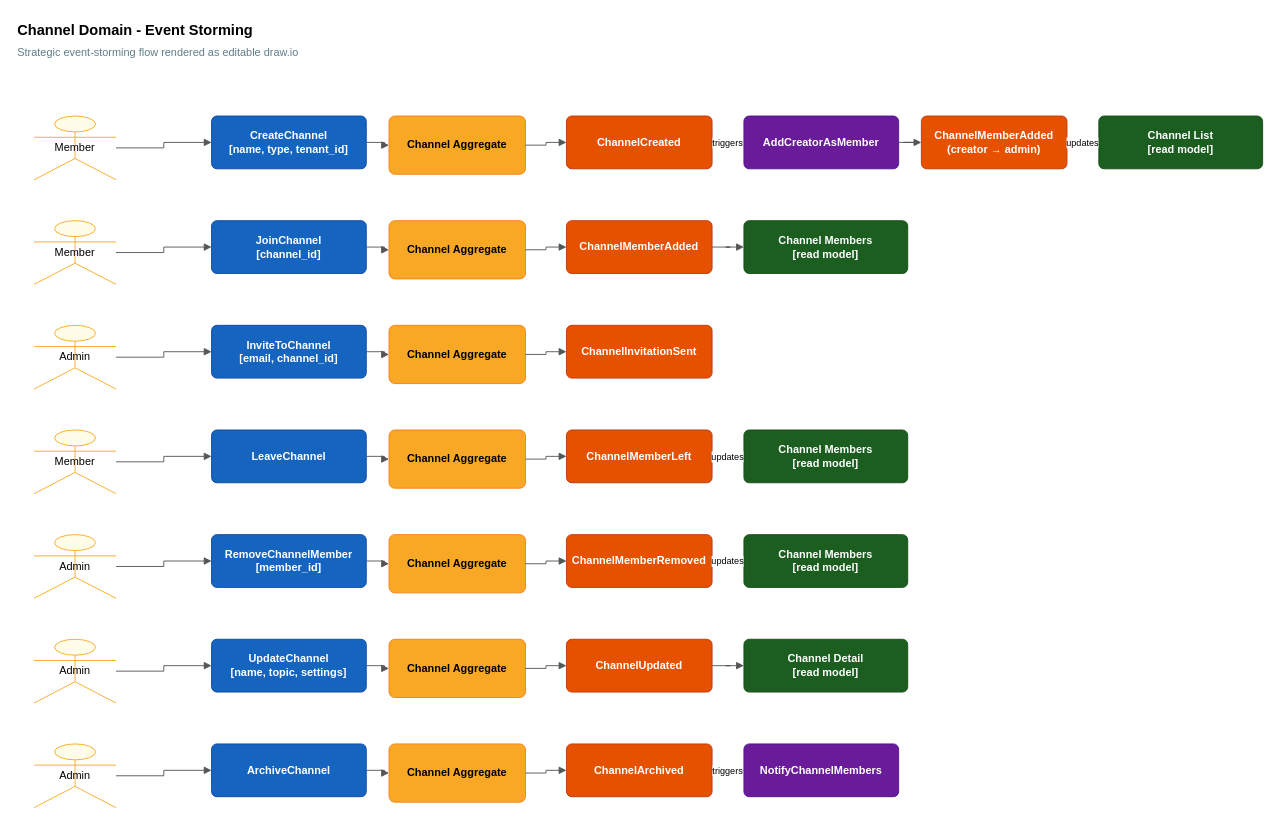
NFMU/app-design keeps this draw.io diagram as docs/strategic/event_storming/04_channel_es.drawio. Above is the earlier version. Source tidied: cells renumbered, new cells numbered last; positions are measured from the earlier drawing's top-left corner, leaving out a move shared by most shapes. Both pictures are drawn from the tidied source at 91%, with x=0, y=0 at pixel (15, 15).
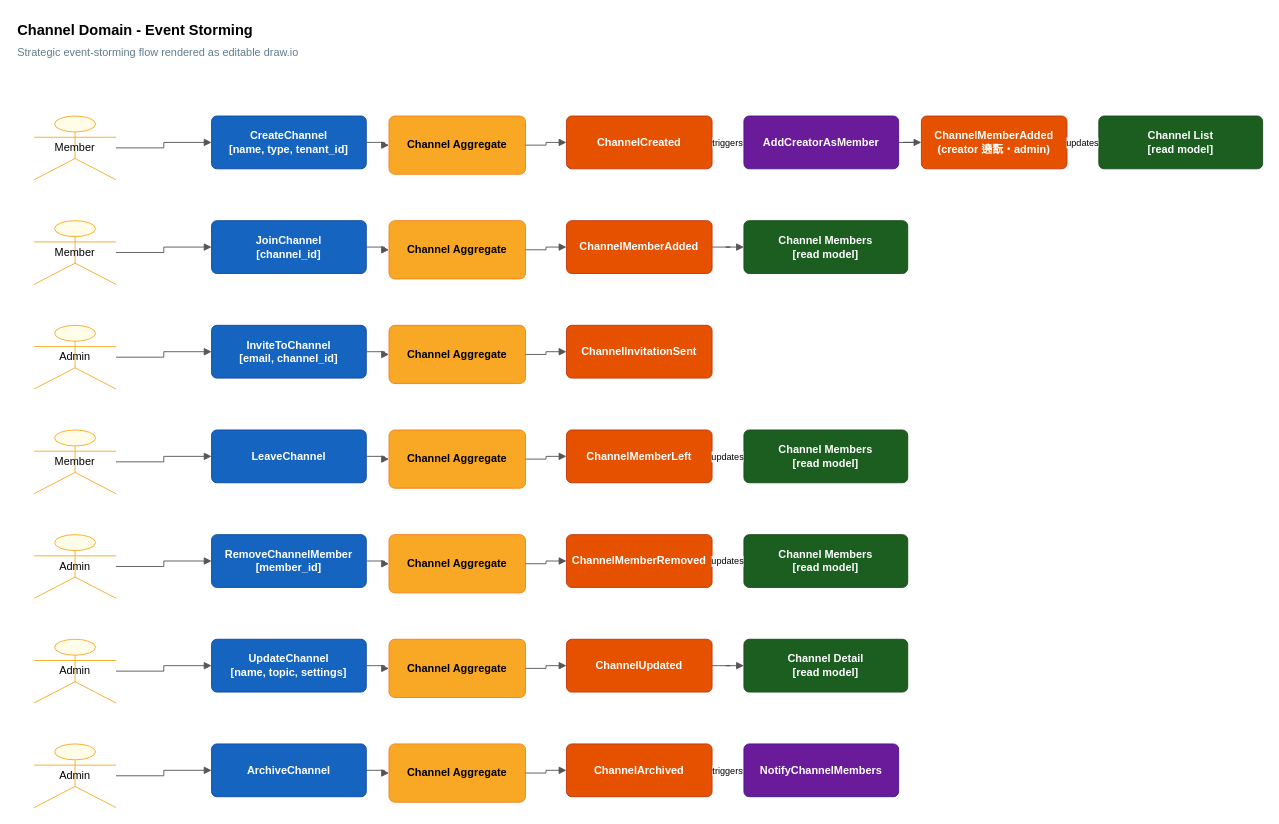
Above is the later version.

The edit, as a diff of the source:
```diff
@@
-    <mxCell id="9" value="ChannelMemberAdded&lt;br&gt;(creator → admin)" style="rounded=1;whiteSpace=wrap;html=1;fillColor=#E65100;strokeColor=#BF360C;fontColor=#FFFFFF;fontStyle=1;arcSize=10;" parent="1" vertex="1">
+    <mxCell id="9" value="ChannelMemberAdded&lt;br&gt;(creator 遶翫・admin)" style="rounded=1;whiteSpace=wrap;html=1;fillColor=#E65100;strokeColor=#BF360C;fontColor=#FFFFFF;fontStyle=1;arcSize=10;" parent="1" vertex="1">
       <mxGeometry x="995" y="110" width="160" height="58" as="geometry" />
     </mxCell>
```
